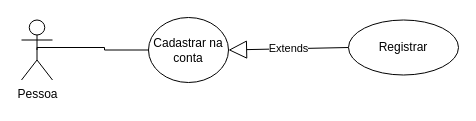
Before: Diagrama sem nome.drawio in SrilluminatiYT/Henrique, a draw.io diagram. Source tidied: cells renumbered, new cells numbered last; positions are measured from the earlier drawing's top-left corner, leaving out a move shared by most shapes. Both pictures are drawn from the tidied source at 100%, with x=0, y=0 at pixel (21, 17).
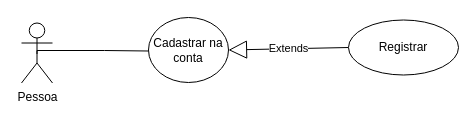
The same page after the edit.

Diff of the diagram source:
```diff
@@
 <mxGraphModel>
   <root>
     <mxCell id="0" />
     <mxCell id="1" parent="0" />
-    <mxCell id="2" style="edgeStyle=orthogonalEdgeStyle;rounded=0;jettySize=auto;html=1;endArrow=none;endFill=0;entryX=0;entryY=0.5;entryDx=0;entryDy=0;exitX=0.5;exitY=0.5;exitDx=0;exitDy=0;exitPerimeter=0;" parent="1" edge="1" source="3" target="5">
+    <mxCell id="2" style="edgeStyle=orthogonalEdgeStyle;rounded=0;orthogonalLoop=1;jettySize=auto;html=1;endArrow=none;endFill=0;entryX=0;entryY=0.5;entryDx=0;entryDy=0;exitX=0.5;exitY=0.5;exitDx=0;exitDy=0;exitPerimeter=0;" parent="1" edge="1">
       <mxGeometry relative="1" as="geometry">
+        <mxPoint x="15.5" y="36.5" as="sourcePoint" />
+        <mxPoint x="127" y="33.5" as="targetPoint" />
         <Array as="points">
-          <mxPoint x="83" y="30" />
+          <mxPoint x="16" y="33" />
           <mxPoint x="83" y="33" />
         </Array>
       </mxGeometry>
     </mxCell>
     <mxCell id="3" value="&lt;div&gt;Pessoa&lt;/div&gt;" style="shape=umlActor;verticalLabelPosition=bottom;verticalAlign=top;html=1;outlineConnect=0;" parent="1" vertex="1">
-      <mxGeometry y="2.5" width="31" height="60" as="geometry" />
+      <mxGeometry y="5.5" width="31" height="60" as="geometry" />
     </mxCell>
     <mxCell id="4" value="Extends" style="endArrow=block;endSize=16;endFill=0;html=1;rounded=0;entryX=1;entryY=0.5;entryDx=0;entryDy=0;exitX=0;exitY=0.5;exitDx=0;exitDy=0;" parent="1" edge="1" target="5">
       <mxGeometry relative="1" as="geometry">
         <mxPoint x="327" y="30" as="sourcePoint" />
       </mxGeometry>
     </mxCell>
     <mxCell id="5" value="Cadastrar na conta" style="ellipse;whiteSpace=wrap;html=1;" parent="1" vertex="1">
       <mxGeometry x="127" width="80" height="65" as="geometry" />
     </mxCell>
     <mxCell id="6" value="Registrar" style="ellipse;whiteSpace=wrap;html=1;" parent="1" vertex="1">
       <mxGeometry x="327" y="2.5" width="110" height="55" as="geometry" />
     </mxCell>
   </root>
 </mxGraphModel>
```
